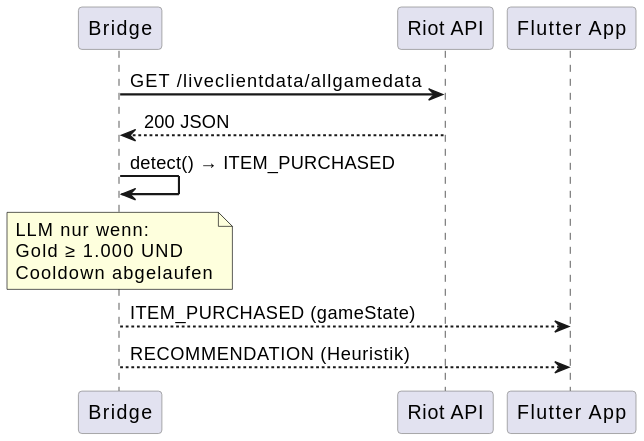
Earlier version of the PlantUML export docs/umls/06_seq_itempurchase.svg (NexusHero/LOLRecommender). Its diagram source:
```plantuml
@startuml
skinparam backgroundColor #FFFFFF
skinparam defaultFontName Arial
skinparam sequenceArrowThickness 1.5
skinparam sequenceParticipantBorderColor #888888

participant "Bridge" as bridge
participant "Riot API" as riot
participant "Flutter App" as app

bridge -> riot : GET /liveclientdata/allgamedata
riot --> bridge : 200 JSON
bridge -> bridge : detect() → ITEM_PURCHASED

note over bridge
  LLM nur wenn:
  Gold ≥ 1.000 UND
  Cooldown abgelaufen
end note

bridge --> app : ITEM_PURCHASED (gameState)
bridge --> app : RECOMMENDATION (Heuristik)
@enduml
```
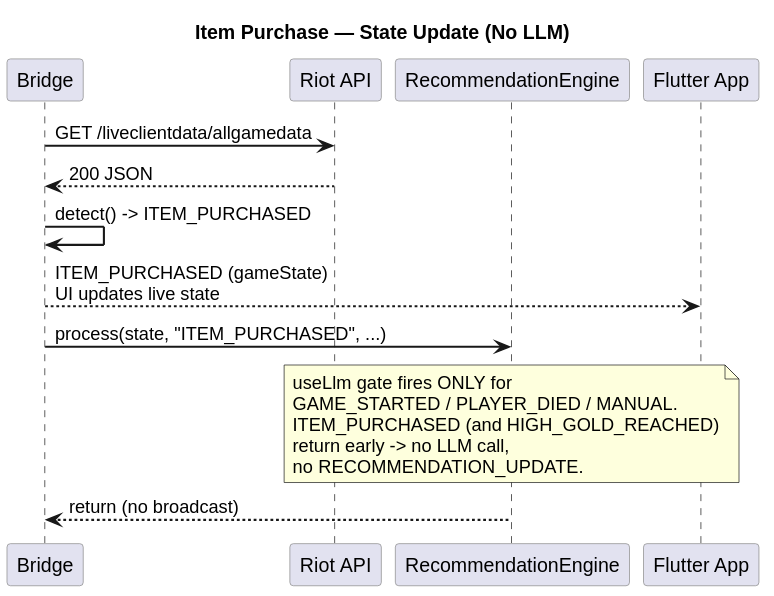
Later version of the same file.

Commit message:
docs: correct outdated heuristic-first narrative to LLM-only reality

What changed in the source:
```diff
@@ -4,20 +4,26 @@
 skinparam sequenceArrowThickness 1.5
 skinparam sequenceParticipantBorderColor #888888
 
+title Item Purchase — State Update (No LLM)
+
 participant "Bridge" as bridge
 participant "Riot API" as riot
+participant "RecommendationEngine" as eng
 participant "Flutter App" as app
 
 bridge -> riot : GET /liveclientdata/allgamedata
 riot --> bridge : 200 JSON
-bridge -> bridge : detect() → ITEM_PURCHASED
+bridge -> bridge : detect() -> ITEM_PURCHASED
 
-note over bridge
-  LLM nur wenn:
-  Gold ≥ 1.000 UND
-  Cooldown abgelaufen
+bridge --> app : ITEM_PURCHASED (gameState)\nUI updates live state
+
+bridge -> eng : process(state, "ITEM_PURCHASED", ...)
+note over eng
+  useLlm gate fires ONLY for
+  GAME_STARTED / PLAYER_DIED / MANUAL.
+  ITEM_PURCHASED (and HIGH_GOLD_REACHED)
+  return early -> no LLM call,
+  no RECOMMENDATION_UPDATE.
 end note
-
-bridge --> app : ITEM_PURCHASED (gameState)
-bridge --> app : RECOMMENDATION (Heuristik)
+eng --> bridge : return (no broadcast)
 @enduml
```
